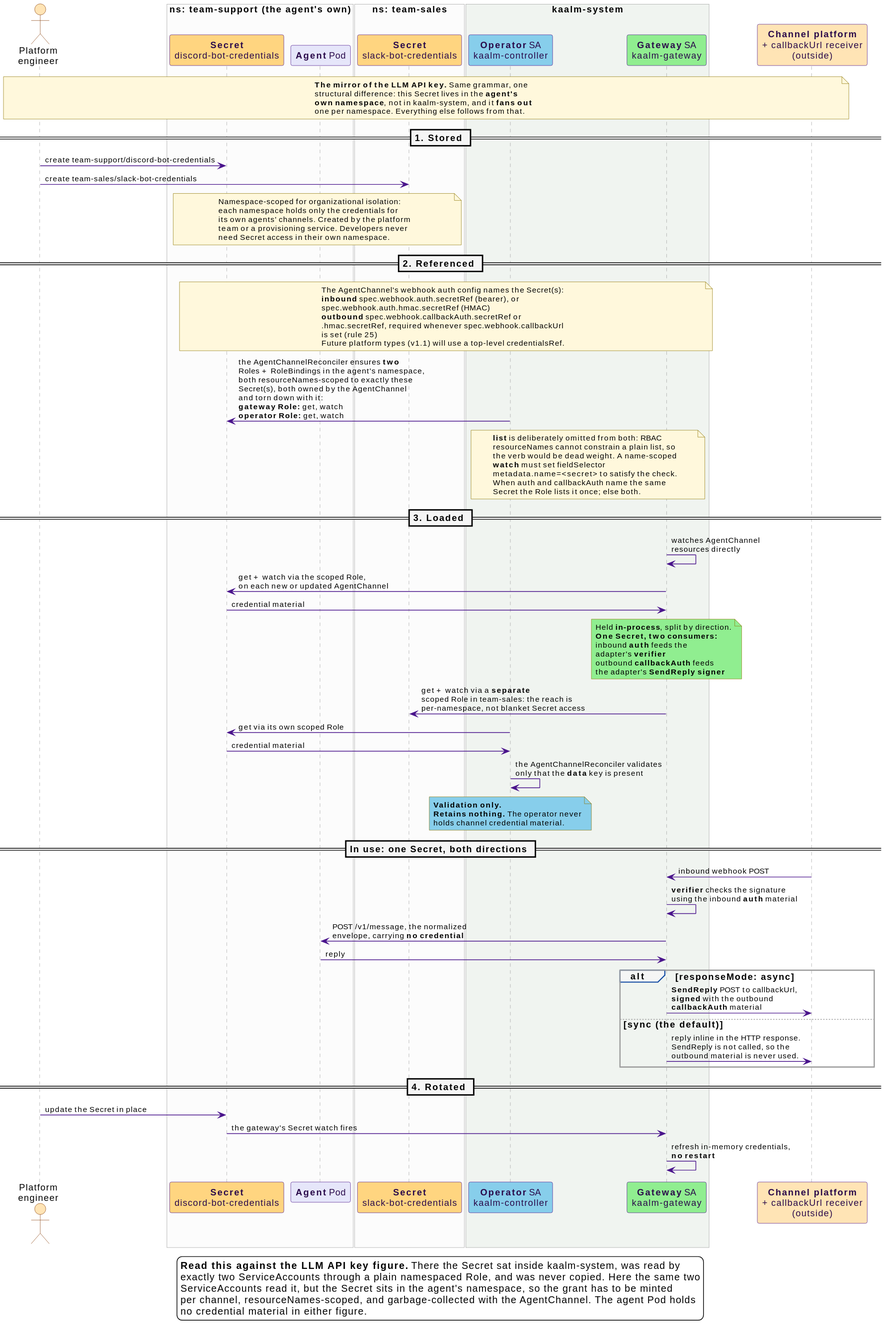
Before: docs/src/diagrams/channel-credential-lifecycle.svg, a diagram exported from PlantUML (win07xp/kaalm).
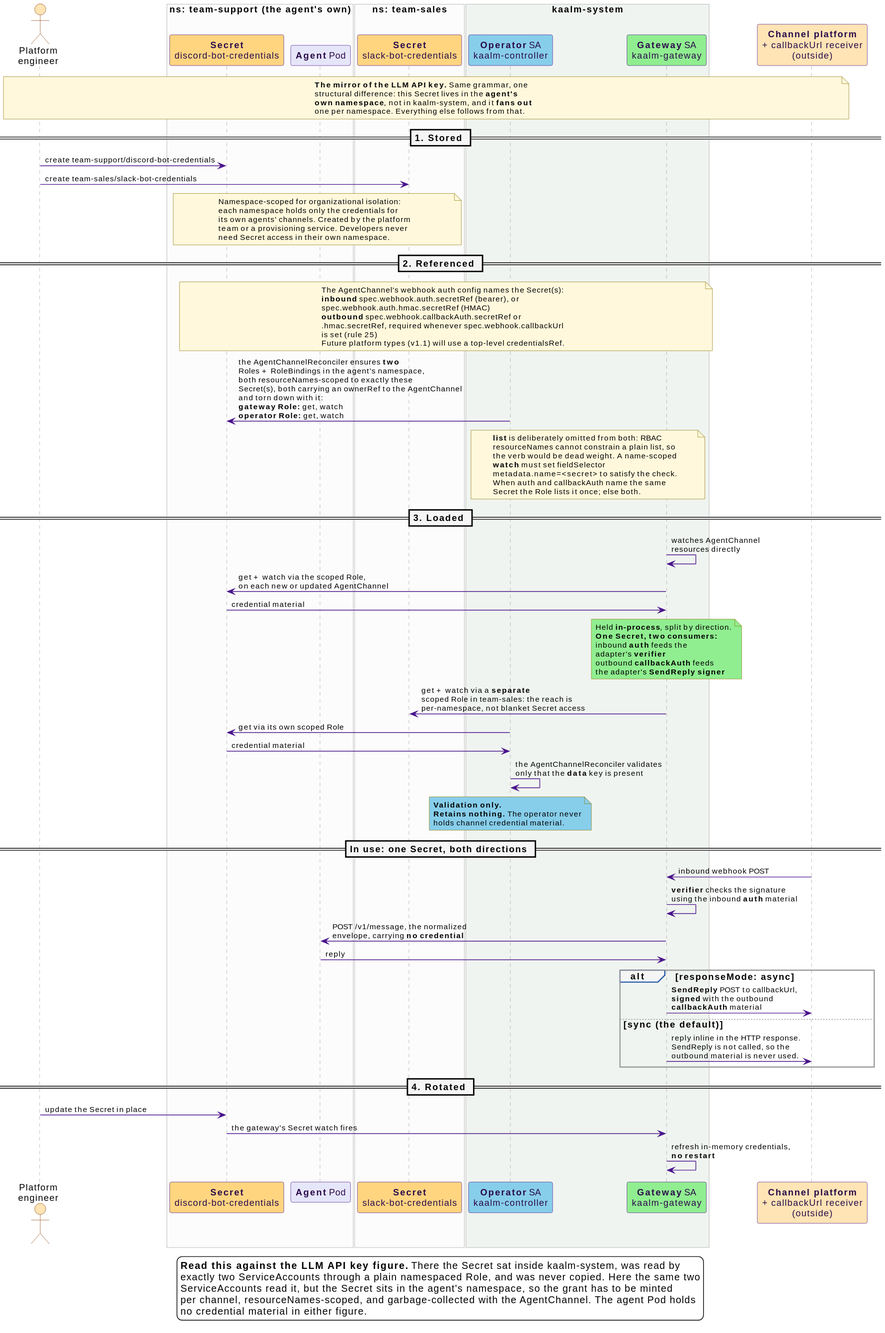
After the change.

Diff of the diagram source:
```diff
@@ -53,7 +53,7 @@
   Future platform types (v1.1) will use a top-level credentialsRef.
 end note
 
-OP -> SEC : the AgentChannelReconciler ensures **two**\nRoles + RoleBindings in the agent's namespace,\nboth resourceNames-scoped to exactly these\nSecret(s), both owned by the AgentChannel\nand torn down with it:\n**gateway Role:** get, watch\n**operator Role:** get, watch
+OP -> SEC : the AgentChannelReconciler ensures **two**\nRoles + RoleBindings in the agent's namespace,\nboth resourceNames-scoped to exactly these\nSecret(s), both carrying an ownerRef to the AgentChannel\nand torn down with it:\n**gateway Role:** get, watch\n**operator Role:** get, watch
 note over OP, GW #FFF8DC
   **list** is deliberately omitted from both: RBAC
   resourceNames cannot constrain a plain list, so
```
